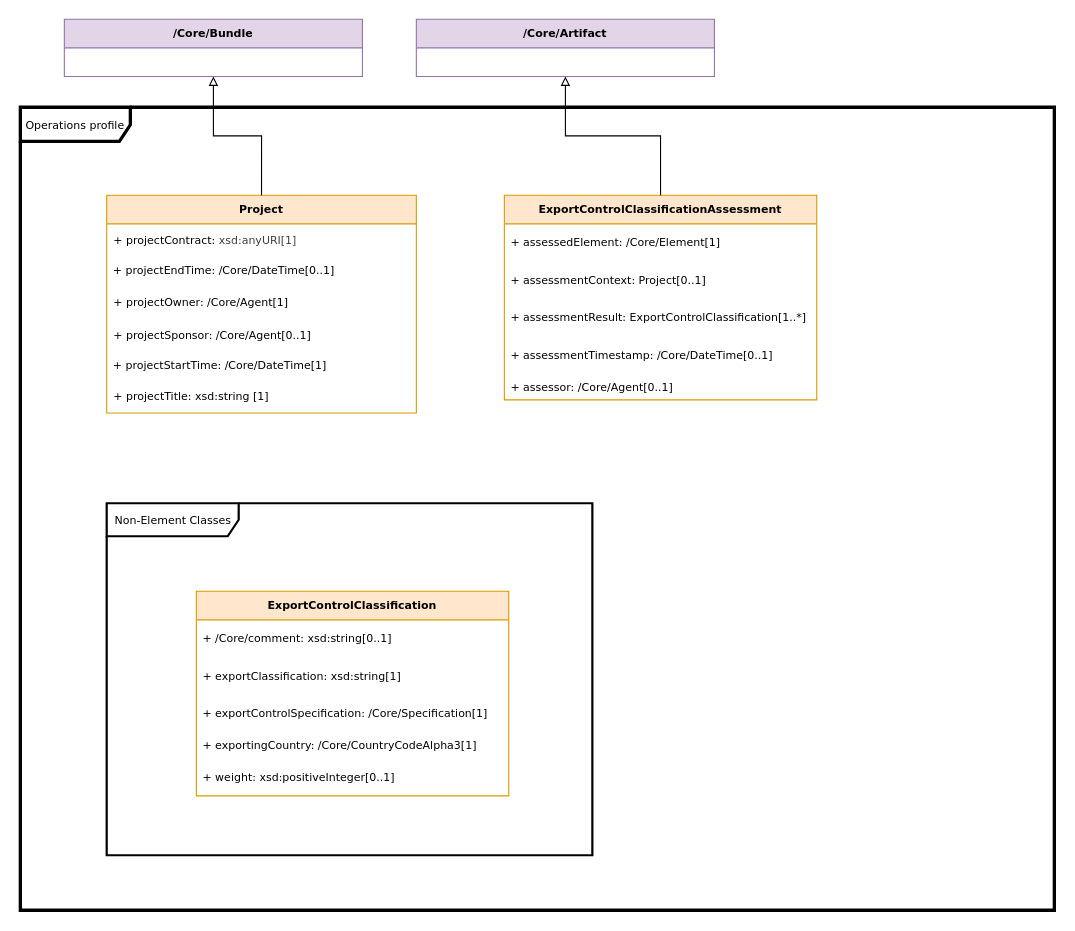
spdx/spdx-3-model keeps this draw.io diagram as page "Operations" (12 of 12) of docs/model.drawio. Above is the earlier version. Source tidied: cells renumbered, new cells numbered last; positions are measured from the earlier drawing's top-left corner, leaving out a move shared by most shapes. Both pictures are drawn from the tidied source at 110%, with x=0, y=0 at pixel (20, 19).
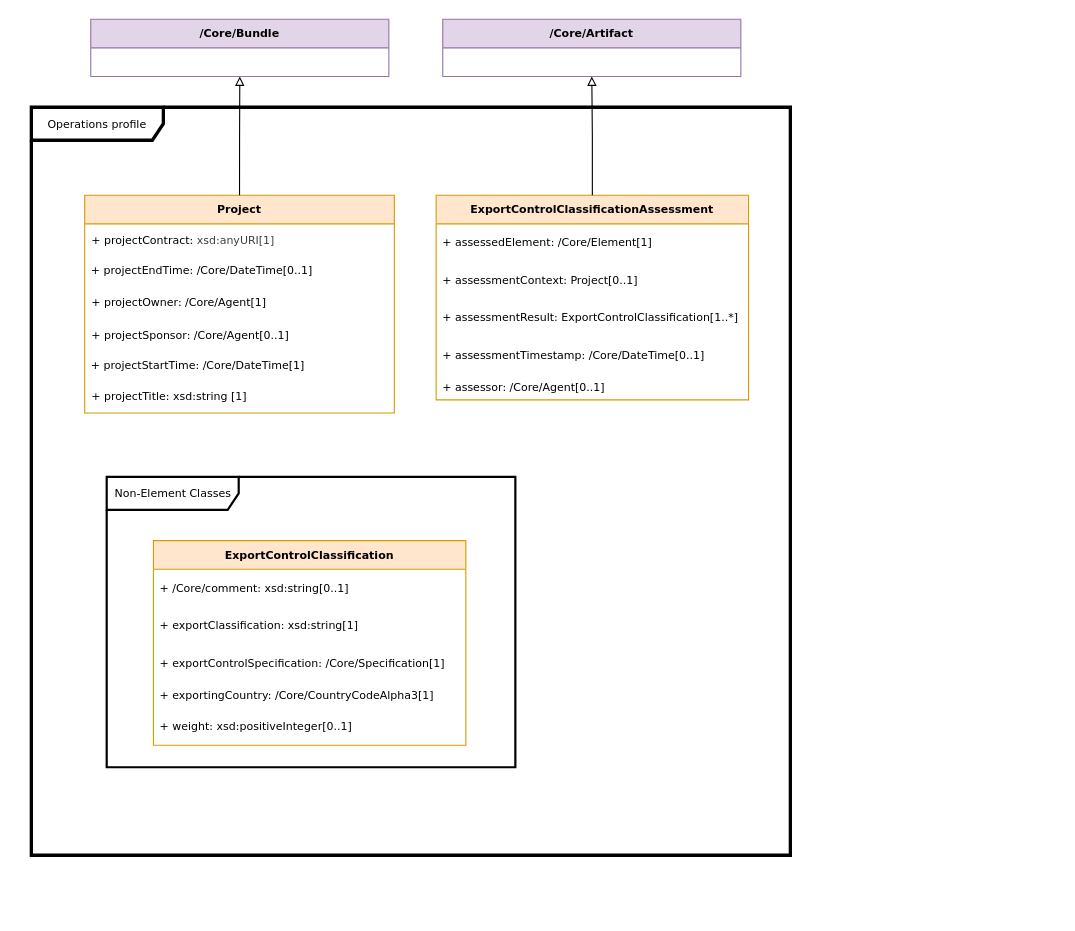
After the change.

Commit message:
diagram: Resize Operations profile

What changed in the source:
```diff
@@
-    <mxCell id="2" value="Operations profile" style="shape=umlFrame;whiteSpace=wrap;html=1;width=100;height=31;strokeWidth=3;fontFamily=Verdana;fontSize=10;" parent="1" vertex="1">
-      <mxGeometry y="80" width="940" height="730" as="geometry" />
+    <mxCell id="2" value="Operations profile" style="shape=umlFrame;whiteSpace=wrap;html=1;width=120;height=30;strokeWidth=3;fontFamily=Verdana;fontSize=10;" parent="1" vertex="1">
+      <mxGeometry x="10" y="80" width="690" height="680" as="geometry" />
     </mxCell>
     <mxCell id="3" value="Non-Element Classes" style="shape=umlFrame;whiteSpace=wrap;html=1;width=120;height=30;strokeWidth=2;fontFamily=Verdana;fontSize=10;" parent="1" vertex="1">
-      <mxGeometry x="78.5" y="440" width="441.5" height="320" as="geometry" />
+      <mxGeometry x="78.5" y="416" width="371.5" height="264" as="geometry" />
     </mxCell>
     <mxCell id="4" value="ExportControlClassificationAssessment" style="swimlane;fontStyle=1;horizontal=1;startSize=26;fillColor=#ffe6cc;strokeColor=#d79b00;fontFamily=Verdana;fontSize=10;" parent="1" vertex="1">
-      <mxGeometry x="440" y="160" width="284" height="186" as="geometry" />
+      <mxGeometry x="378" y="160" width="284" height="186" as="geometry" />
     </mxCell>
@@
     <mxCell id="10" value="Project" style="swimlane;fontStyle=1;horizontal=1;startSize=26;fillColor=#ffe6cc;strokeColor=#d79b00;fontFamily=Verdana;fontSize=10;" parent="1" vertex="1">
-      <mxGeometry x="78.5" y="160" width="281.5" height="198" as="geometry" />
+      <mxGeometry x="58.5" y="160" width="281.5" height="198" as="geometry" />
     </mxCell>
@@
     <mxCell id="17" value="/Core/Bundle" style="swimlane;fontStyle=1;horizontal=1;startSize=26;fillColor=#e1d5e7;strokeColor=#9673a6;fontFamily=Verdana;fontSize=10;" parent="1" vertex="1">
-      <mxGeometry x="40" width="271" height="52" as="geometry" />
+      <mxGeometry x="64" width="271" height="52" as="geometry" />
     </mxCell>
@@
     <mxCell id="19" value="ExportControlClassification" style="swimlane;fontStyle=1;horizontal=1;startSize=26;fillColor=#ffe6cc;strokeColor=#d79b00;fontFamily=Verdana;fontSize=10;" parent="1" vertex="1">
-      <mxGeometry x="160" y="520" width="284" height="186" as="geometry" />
+      <mxGeometry x="121" y="474" width="284" height="186" as="geometry" />
     </mxCell>
@@
     <mxCell id="25" value="/Core/Artifact" style="swimlane;fontStyle=1;horizontal=1;startSize=26;fillColor=#e1d5e7;strokeColor=#9673a6;fontFamily=Verdana;fontSize=10;" parent="1" vertex="1">
-      <mxGeometry x="360" width="271" height="52" as="geometry" />
+      <mxGeometry x="384" width="271" height="52" as="geometry" />
     </mxCell>
```
